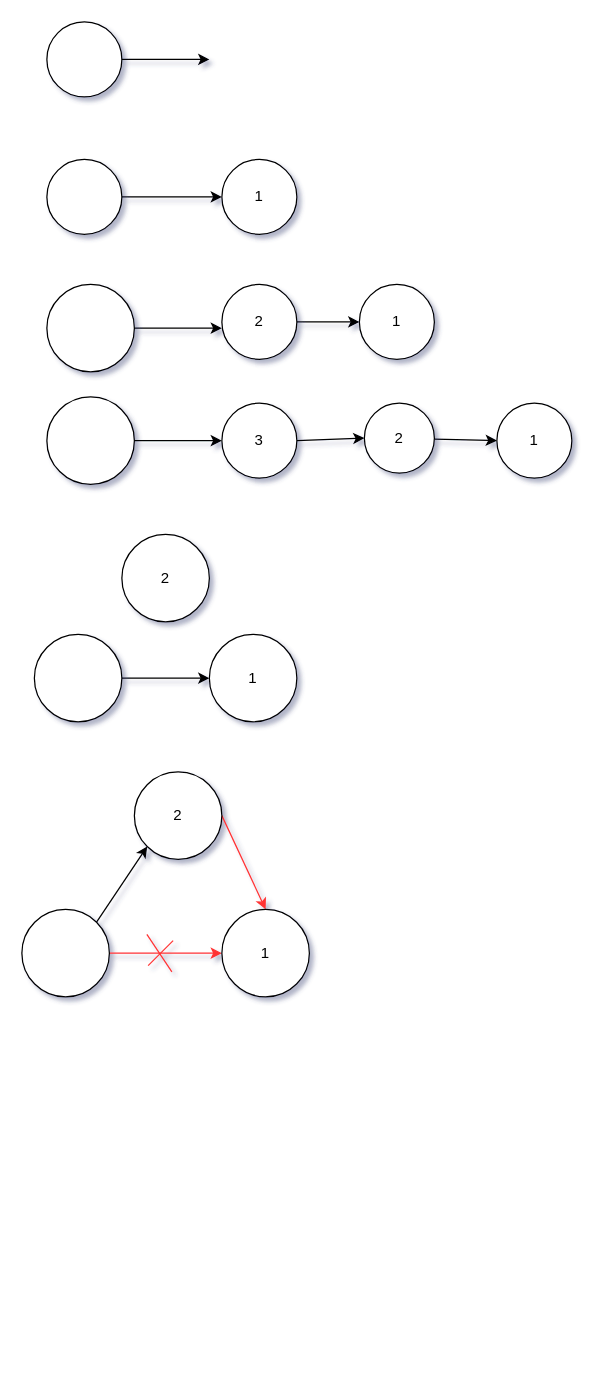
Above: LinkList.drawio in stayatnight/c_test (draw.io), before the change. Source tidied: cells renumbered, new cells numbered last; positions are measured from the earlier drawing's top-left corner, leaving out a move shared by most shapes. Both pictures are drawn from the tidied source at 125%, with x=0, y=0 at pixel (21, 21).
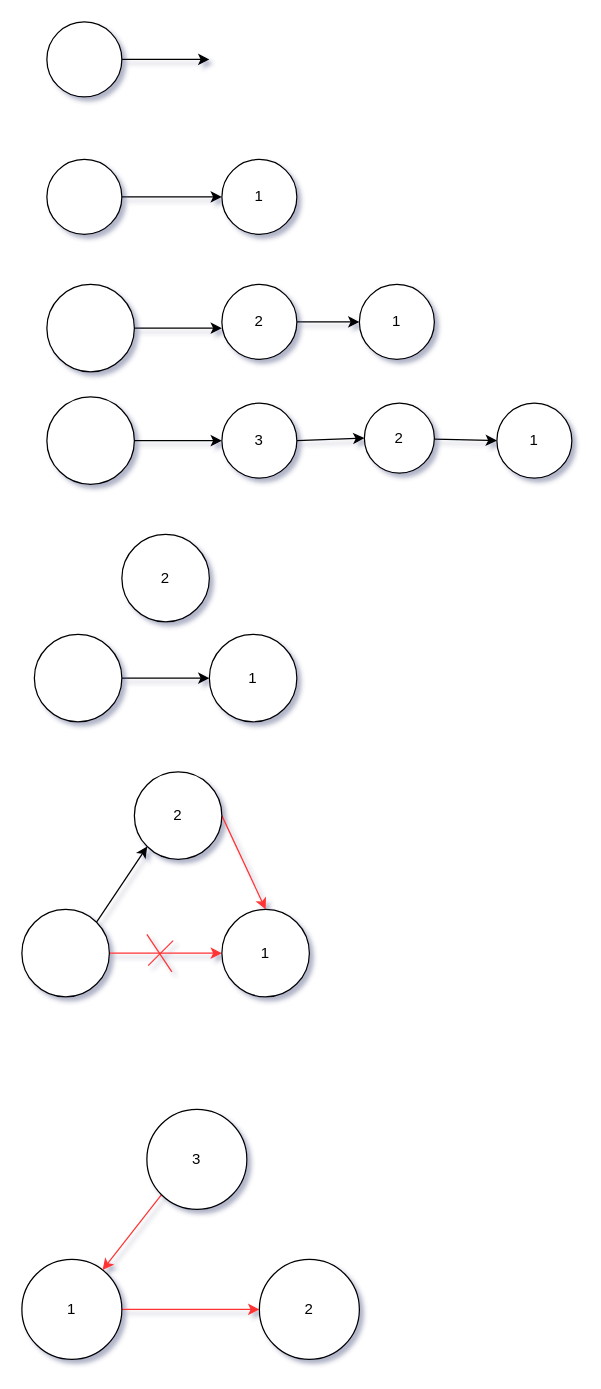
After the change.

Commit message (it also covers changes not shown here):
[feature] add head insert without empt head

The edit, as a diff of the source:
```diff
@@
+    <mxCell id="31" style="edgeStyle=none;html=1;exitX=1;exitY=0.5;exitDx=0;exitDy=0;strokeColor=#FF3333;" parent="1" edge="1" source="32" target="33">
+      <mxGeometry relative="1" as="geometry" />
+    </mxCell>
+    <mxCell id="32" value="1" style="ellipse;whiteSpace=wrap;html=1;" parent="1" vertex="1">
+      <mxGeometry y="990" width="80" height="80" as="geometry" />
+    </mxCell>
+    <mxCell id="33" value="2" style="ellipse;whiteSpace=wrap;html=1;" parent="1" vertex="1">
+      <mxGeometry x="190" y="990" width="80" height="80" as="geometry" />
+    </mxCell>
+    <mxCell id="34" style="edgeStyle=none;html=1;exitX=0;exitY=1;exitDx=0;exitDy=0;strokeColor=#FF3333;" parent="1" edge="1" source="35" target="32">
+      <mxGeometry relative="1" as="geometry" />
+    </mxCell>
+    <mxCell id="35" value="3" style="ellipse;whiteSpace=wrap;html=1;" parent="1" vertex="1">
+      <mxGeometry x="100" y="870" width="80" height="80" as="geometry" />
+    </mxCell>
```
